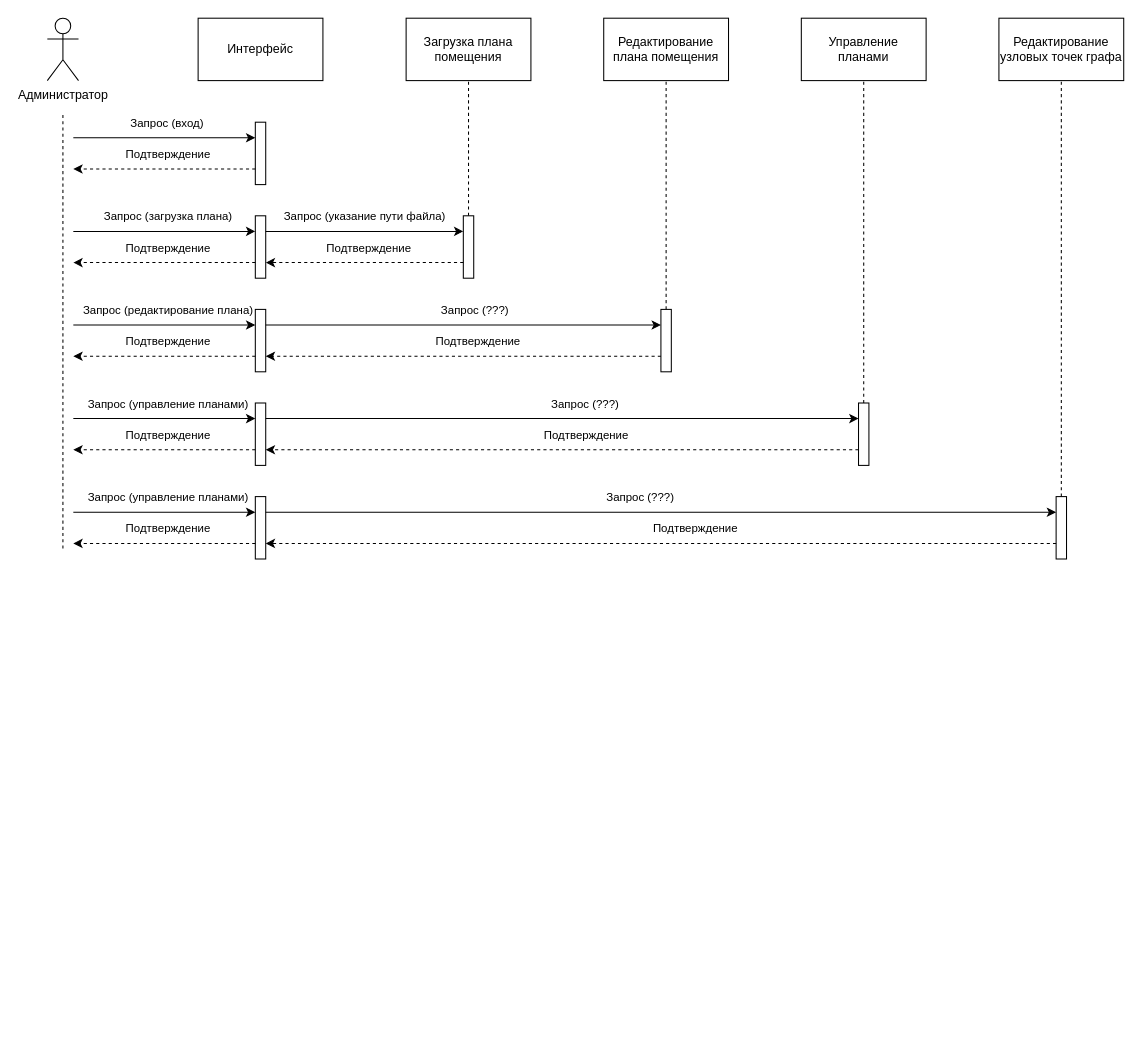
This is posled_sost.drawio from kapec2303/kartinka, a draw.io file, before an edit. Source tidied: cells renumbered, new cells numbered last; positions are measured from the earlier drawing's top-left corner, leaving out a move shared by most shapes. Both pictures are drawn from the tidied source at 104%, with x=0, y=0 at pixel (47, 18).
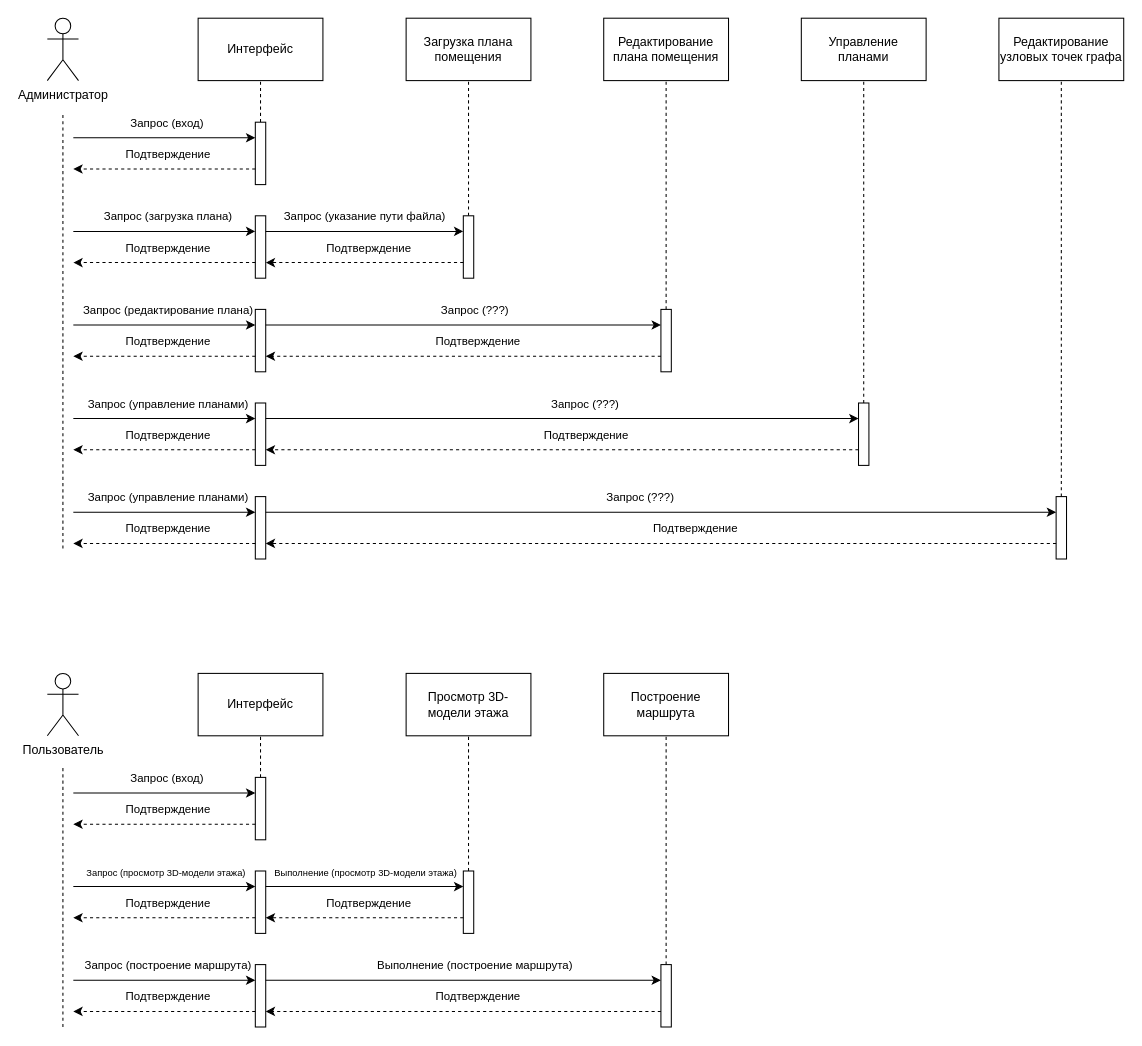
The same page after the edit.

The change refers to these unchanged cells:
```xml
<mxCell id="3" value="Интерфейс" style="rounded=0;whiteSpace=wrap;html=1;" parent="1" vertex="1">
  <mxGeometry x="145" width="120" height="60" as="geometry" />
</mxCell>
<mxCell id="8" style="rounded=0;whiteSpace=wrap;html=1;" parent="1" vertex="1">
  <mxGeometry x="200" y="100" width="10" height="60" as="geometry" />
</mxCell>
```

The edit, as a diff of the source:
```diff
@@
+    <mxCell id="58" style="edgeStyle=orthogonalEdgeStyle;rounded=0;jettySize=auto;html=1;exitX=0.5;exitY=0;exitDx=0;exitDy=0;entryX=0.5;entryY=1;entryDx=0;entryDy=0;endArrow=none;endFill=0;dashed=1;" parent="1" edge="1" source="8" target="3">
+      <mxGeometry relative="1" as="geometry" />
+    </mxCell>
@@
+    <mxCell id="59" value="Пользователь" style="shape=umlActor;verticalLabelPosition=bottom;verticalAlign=top;html=1;" parent="1" vertex="1">
+      <mxGeometry y="630" width="30" height="60" as="geometry" />
+    </mxCell>
+    <mxCell id="60" value="Интерфейс" style="rounded=0;whiteSpace=wrap;html=1;" parent="1" vertex="1">
+      <mxGeometry x="145" y="630" width="120" height="60" as="geometry" />
+    </mxCell>
+    <mxCell id="61" value="Просмотр 3D-модели этажа" style="rounded=0;whiteSpace=wrap;html=1;" parent="1" vertex="1">
+      <mxGeometry x="345" y="630" width="120" height="60" as="geometry" />
+    </mxCell>
+    <mxCell id="62" value="Построение маршрута" style="rounded=0;whiteSpace=wrap;html=1;" parent="1" vertex="1">
+      <mxGeometry x="535" y="630" width="120" height="60" as="geometry" />
+    </mxCell>
+    <mxCell id="63" style="edgeStyle=orthogonalEdgeStyle;rounded=0;jettySize=auto;html=1;exitX=0.5;exitY=0;exitDx=0;exitDy=0;entryX=0.5;entryY=1;entryDx=0;entryDy=0;endArrow=none;endFill=0;dashed=1;" parent="1" edge="1" source="64" target="60">
+      <mxGeometry relative="1" as="geometry" />
+    </mxCell>
+    <mxCell id="64" style="rounded=0;whiteSpace=wrap;html=1;" parent="1" vertex="1">
+      <mxGeometry x="200" y="730" width="10" height="60" as="geometry" />
+    </mxCell>
+    <mxCell id="65" style="rounded=0;whiteSpace=wrap;html=1;" parent="1" vertex="1">
+      <mxGeometry x="200" y="820" width="10" height="60" as="geometry" />
+    </mxCell>
+    <mxCell id="66" style="rounded=0;whiteSpace=wrap;html=1;" parent="1" vertex="1">
+      <mxGeometry x="200" y="910" width="10" height="60" as="geometry" />
+    </mxCell>
+    <mxCell id="67" style="edgeStyle=orthogonalEdgeStyle;rounded=0;jettySize=auto;html=1;exitX=0.5;exitY=0;exitDx=0;exitDy=0;entryX=0.5;entryY=1;entryDx=0;entryDy=0;endArrow=none;endFill=0;dashed=1;" parent="1" edge="1" source="68" target="61">
+      <mxGeometry relative="1" as="geometry" />
+    </mxCell>
+    <mxCell id="68" style="rounded=0;whiteSpace=wrap;html=1;" parent="1" vertex="1">
+      <mxGeometry x="400" y="820" width="10" height="60" as="geometry" />
+    </mxCell>
+    <mxCell id="69" style="edgeStyle=orthogonalEdgeStyle;rounded=0;jettySize=auto;html=1;exitX=0.5;exitY=0;exitDx=0;exitDy=0;entryX=0.5;entryY=1;entryDx=0;entryDy=0;endArrow=none;endFill=0;dashed=1;" parent="1" edge="1" source="70" target="62">
+      <mxGeometry relative="1" as="geometry" />
+    </mxCell>
+    <mxCell id="70" style="rounded=0;whiteSpace=wrap;html=1;" parent="1" vertex="1">
+      <mxGeometry x="590" y="910" width="10" height="60" as="geometry" />
+    </mxCell>
+    <mxCell id="71" style="endArrow=none;dashed=1;html=1;rounded=0;" parent="1" edge="1">
+      <mxGeometry relative="1" as="geometry">
+        <mxPoint x="15" y="970" as="sourcePoint" />
+        <mxPoint x="15" y="720" as="targetPoint" />
+      </mxGeometry>
+    </mxCell>
+    <mxCell id="72" style="endArrow=classic;html=1;rounded=0;entryX=0;entryY=0.25;entryDx=0;entryDy=0;" parent="1" edge="1" target="64">
+      <mxGeometry relative="1" as="geometry">
+        <mxPoint x="25" y="745" as="sourcePoint" />
+      </mxGeometry>
+    </mxCell>
+    <mxCell id="73" value="Запрос (вход)" style="edgeLabel;html=1;align=center;verticalAlign=middle;" parent="72" vertex="1">
+      <mxGeometry x="-0.22" y="1" relative="1" as="geometry">
+        <mxPoint x="21" y="-14" as="offset" />
+      </mxGeometry>
+    </mxCell>
+    <mxCell id="74" style="endArrow=classic;html=1;rounded=0;exitX=0;exitY=0.75;exitDx=0;exitDy=0;dashed=1;" parent="1" edge="1" source="64">
+      <mxGeometry relative="1" as="geometry">
+        <mxPoint x="25" y="775" as="targetPoint" />
+      </mxGeometry>
+    </mxCell>
+    <mxCell id="75" value="Подтверждение" style="edgeLabel;html=1;align=center;verticalAlign=middle;" parent="74" vertex="1">
+      <mxGeometry x="-0.1" relative="1" as="geometry">
+        <mxPoint x="-6" y="-15" as="offset" />
+      </mxGeometry>
+    </mxCell>
+    <mxCell id="76" style="endArrow=classic;html=1;rounded=0;entryX=0;entryY=0.25;entryDx=0;entryDy=0;" parent="1" edge="1" target="65">
+      <mxGeometry relative="1" as="geometry">
+        <mxPoint x="25" y="835" as="sourcePoint" />
+      </mxGeometry>
+    </mxCell>
+    <mxCell id="77" value="&lt;font style=&quot;font-size: 9px;&quot;&gt;Запрос (просмотр 3D-модели этажа)&lt;/font&gt;" style="edgeLabel;html=1;align=center;verticalAlign=middle;" parent="76" vertex="1">
+      <mxGeometry x="-0.44" y="-1" relative="1" as="geometry">
+        <mxPoint x="39" y="-16" as="offset" />
+      </mxGeometry>
+    </mxCell>
+    <mxCell id="78" style="endArrow=classic;html=1;rounded=0;exitX=0;exitY=0.75;exitDx=0;exitDy=0;dashed=1;" parent="1" edge="1" source="65">
+      <mxGeometry relative="1" as="geometry">
+        <mxPoint x="25" y="865" as="targetPoint" />
+      </mxGeometry>
+    </mxCell>
+    <mxCell id="79" value="Подтверждение" style="edgeLabel;html=1;align=center;verticalAlign=middle;" parent="78" vertex="1">
+      <mxGeometry x="-0.1" relative="1" as="geometry">
+        <mxPoint x="-6" y="-15" as="offset" />
+      </mxGeometry>
+    </mxCell>
+    <mxCell id="80" style="endArrow=classic;html=1;rounded=0;entryX=0;entryY=0.25;entryDx=0;entryDy=0;exitX=1;exitY=0.25;exitDx=0;exitDy=0;" parent="1" edge="1" source="65" target="68">
+      <mxGeometry relative="1" as="geometry" />
+    </mxCell>
+    <mxCell id="81" value="&lt;font style=&quot;font-size: 9px;&quot;&gt;Выполнение (просмотр 3D-модели этажа)&lt;/font&gt;" style="edgeLabel;html=1;align=center;verticalAlign=middle;" parent="80" vertex="1">
+      <mxGeometry x="-0.44" y="-1" relative="1" as="geometry">
+        <mxPoint x="42" y="-16" as="offset" />
+      </mxGeometry>
+    </mxCell>
+    <mxCell id="82" style="endArrow=classic;html=1;rounded=0;exitX=0;exitY=0.75;exitDx=0;exitDy=0;dashed=1;entryX=1;entryY=0.75;entryDx=0;entryDy=0;" parent="1" edge="1" source="68" target="65">
+      <mxGeometry relative="1" as="geometry" />
+    </mxCell>
+    <mxCell id="83" value="Подтверждение" style="edgeLabel;html=1;align=center;verticalAlign=middle;" parent="82" vertex="1">
+      <mxGeometry x="-0.1" relative="1" as="geometry">
+        <mxPoint x="-6" y="-15" as="offset" />
+      </mxGeometry>
+    </mxCell>
+    <mxCell id="84" style="endArrow=classic;html=1;rounded=0;entryX=0;entryY=0.25;entryDx=0;entryDy=0;" parent="1" edge="1" target="66">
+      <mxGeometry relative="1" as="geometry">
+        <mxPoint x="25" y="925" as="sourcePoint" />
+      </mxGeometry>
+    </mxCell>
+    <mxCell id="85" value="Запрос (построение маршрута)" style="edgeLabel;html=1;align=center;verticalAlign=middle;" parent="84" vertex="1">
+      <mxGeometry x="-0.44" y="-1" relative="1" as="geometry">
+        <mxPoint x="41" y="-16" as="offset" />
+      </mxGeometry>
+    </mxCell>
+    <mxCell id="86" style="endArrow=classic;html=1;rounded=0;dashed=1;exitX=0;exitY=0.75;exitDx=0;exitDy=0;" parent="1" edge="1" source="66">
+      <mxGeometry relative="1" as="geometry">
+        <mxPoint x="25" y="955" as="targetPoint" />
+      </mxGeometry>
+    </mxCell>
+    <mxCell id="87" value="Подтверждение" style="edgeLabel;html=1;align=center;verticalAlign=middle;" parent="86" vertex="1">
+      <mxGeometry x="-0.1" relative="1" as="geometry">
+        <mxPoint x="-6" y="-15" as="offset" />
+      </mxGeometry>
+    </mxCell>
+    <mxCell id="88" style="endArrow=classic;html=1;rounded=0;entryX=0;entryY=0.25;entryDx=0;entryDy=0;exitX=1;exitY=0.25;exitDx=0;exitDy=0;" parent="1" edge="1" source="66" target="70">
+      <mxGeometry relative="1" as="geometry" />
+    </mxCell>
+    <mxCell id="89" value="Выполнение (построение маршрута)" style="edgeLabel;html=1;align=center;verticalAlign=middle;" parent="88" vertex="1">
+      <mxGeometry x="-0.44" y="-1" relative="1" as="geometry">
+        <mxPoint x="94" y="-16" as="offset" />
+      </mxGeometry>
+    </mxCell>
+    <mxCell id="90" style="endArrow=classic;html=1;rounded=0;dashed=1;exitX=0;exitY=0.75;exitDx=0;exitDy=0;entryX=1;entryY=0.75;entryDx=0;entryDy=0;" parent="1" edge="1" source="70" target="66">
+      <mxGeometry relative="1" as="geometry" />
+    </mxCell>
+    <mxCell id="91" value="Подтверждение" style="edgeLabel;html=1;align=center;verticalAlign=middle;" parent="90" vertex="1">
+      <mxGeometry x="-0.1" relative="1" as="geometry">
+        <mxPoint x="-6" y="-15" as="offset" />
+      </mxGeometry>
+    </mxCell>
```
